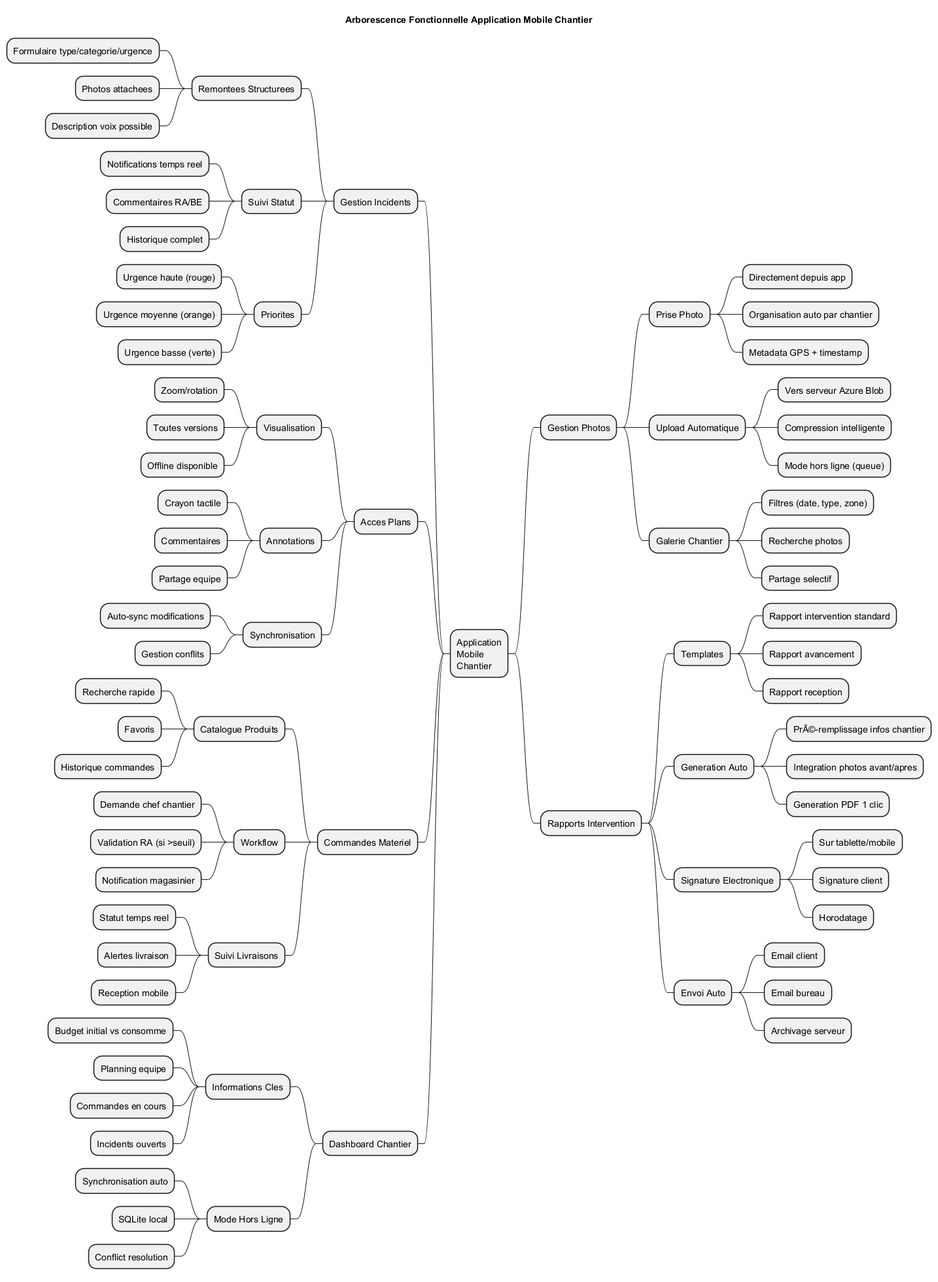
Earlier version of the PlantUML export Services/Chantiers/uml/png/Mindmap_Fonctionnalites.png (JordanSerafini/Audit_Duret). Its diagram source:
```plantuml
@startmindmap Mindmap_Fonctionnalites

title Arborescence Fonctionnelle Application Mobile Chantier

* Application\nMobile\nChantier

** Gestion Photos
*** Prise Photo
**** Directement depuis app
**** Organisation auto par chantier
**** Metadata GPS + timestamp
*** Upload Automatique
**** Vers serveur Azure Blob
**** Compression intelligente
**** Mode hors ligne (queue)
*** Galerie Chantier
**** Filtres (date, type, zone)
**** Recherche photos
**** Partage selectif

** Rapports Intervention
*** Templates
**** Rapport intervention standard
**** Rapport avancement
**** Rapport reception
*** Generation Auto
**** PrÃ©-remplissage infos chantier
**** Integration photos avant/apres
**** Generation PDF 1 clic
*** Signature Electronique
**** Sur tablette/mobile
**** Signature client
**** Horodatage
*** Envoi Auto
**** Email client
**** Email bureau
**** Archivage serveur

left side

** Gestion Incidents
*** Remontees Structurees
**** Formulaire type/categorie/urgence
**** Photos attachees
**** Description voix possible
*** Suivi Statut
**** Notifications temps reel
**** Commentaires RA/BE
**** Historique complet
*** Priorites
**** Urgence haute (rouge)
**** Urgence moyenne (orange)
**** Urgence basse (verte)

** Acces Plans
*** Visualisation
**** Zoom/rotation
**** Toutes versions
**** Offline disponible
*** Annotations
**** Crayon tactile
**** Commentaires
**** Partage equipe
*** Synchronisation
**** Auto-sync modifications
**** Gestion conflits

** Commandes Materiel
*** Catalogue Produits
**** Recherche rapide
**** Favoris
**** Historique commandes
*** Workflow
**** Demande chef chantier
**** Validation RA (si >seuil)
**** Notification magasinier
*** Suivi Livraisons
**** Statut temps reel
**** Alertes livraison
**** Reception mobile

** Dashboard Chantier
*** Informations Cles
**** Budget initial vs consomme
**** Planning equipe
**** Commandes en cours
**** Incidents ouverts
*** Mode Hors Ligne
**** Synchronisation auto
**** SQLite local
**** Conflict resolution

@endmindmap
```
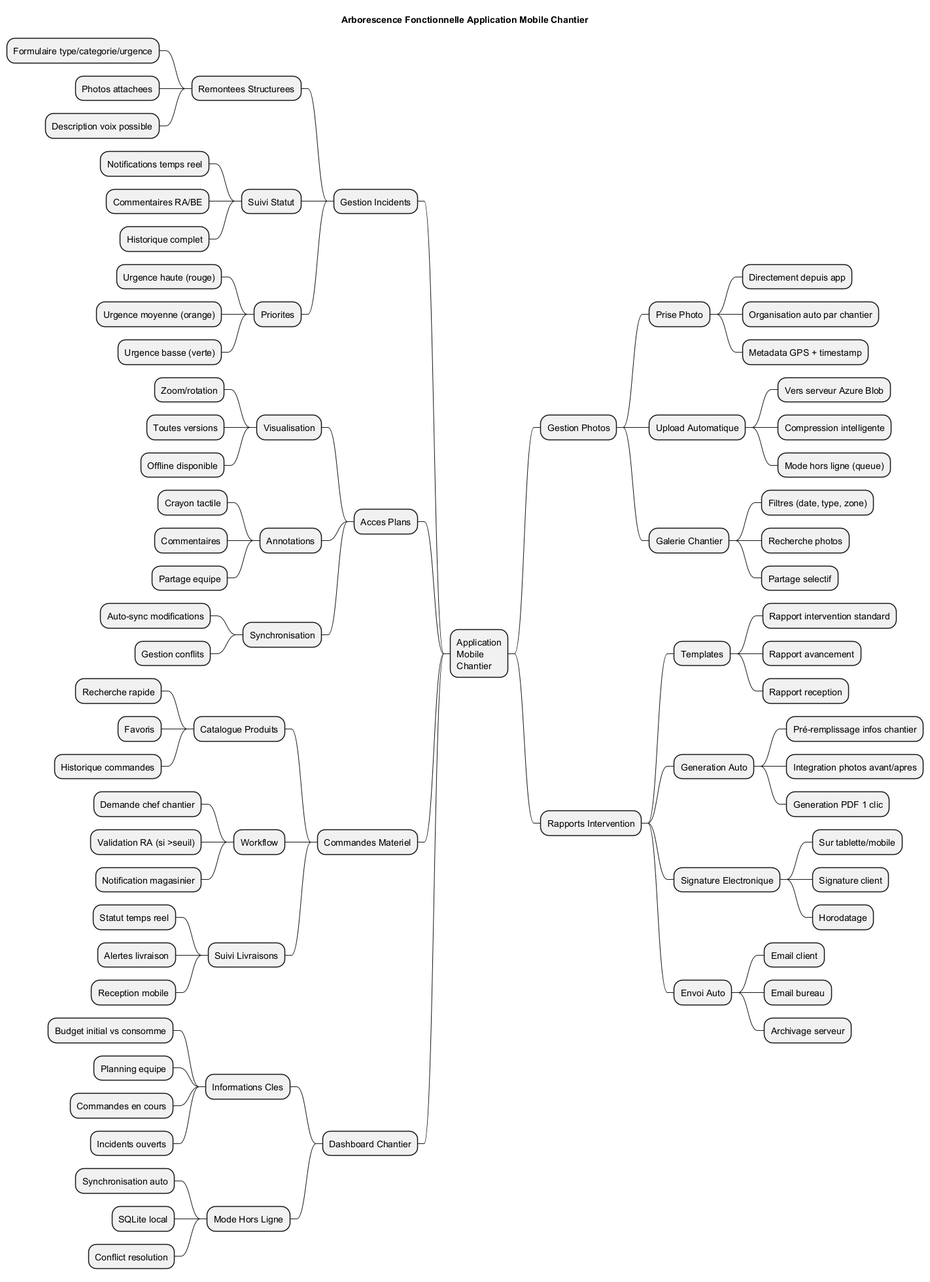
Above is the later version.

What changed in the source:
```diff
@@ -24,7 +24,7 @@
 **** Rapport avancement
 **** Rapport reception
 *** Generation Auto
-**** PrÃ©-remplissage infos chantier
+**** Pré-remplissage infos chantier
 **** Integration photos avant/apres
 **** Generation PDF 1 clic
 *** Signature Electronique
```
